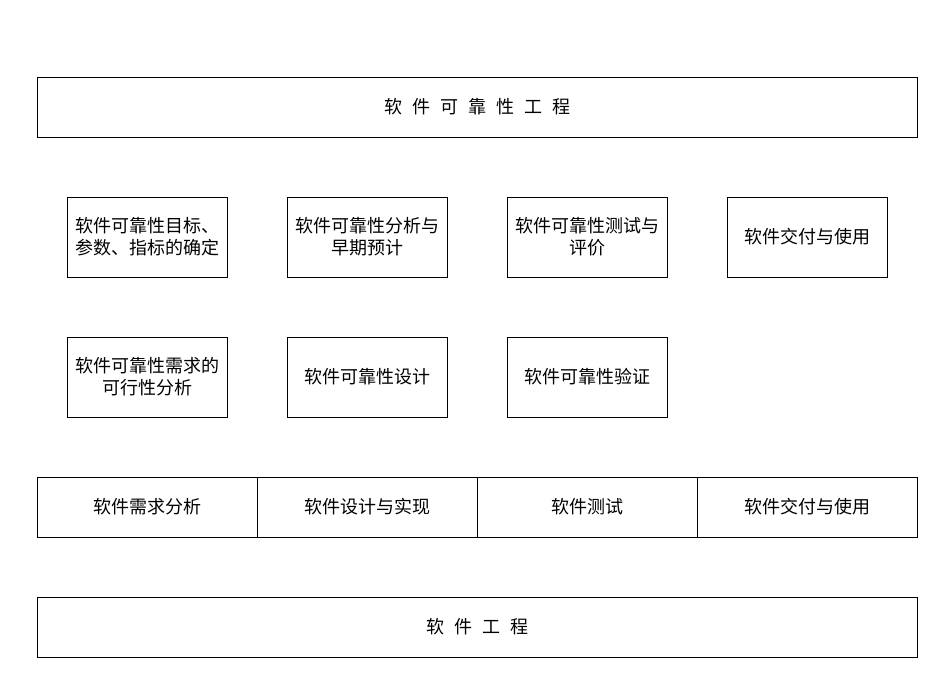
Before: drawio/l3.drawio in happinessandlove/Pic, a draw.io diagram. Source tidied: cells renumbered, new cells numbered last; positions are measured from the earlier drawing's top-left corner, leaving out a move shared by most shapes. Both pictures are drawn from the tidied source at 100%, with x=0, y=0 at pixel (37, 77).
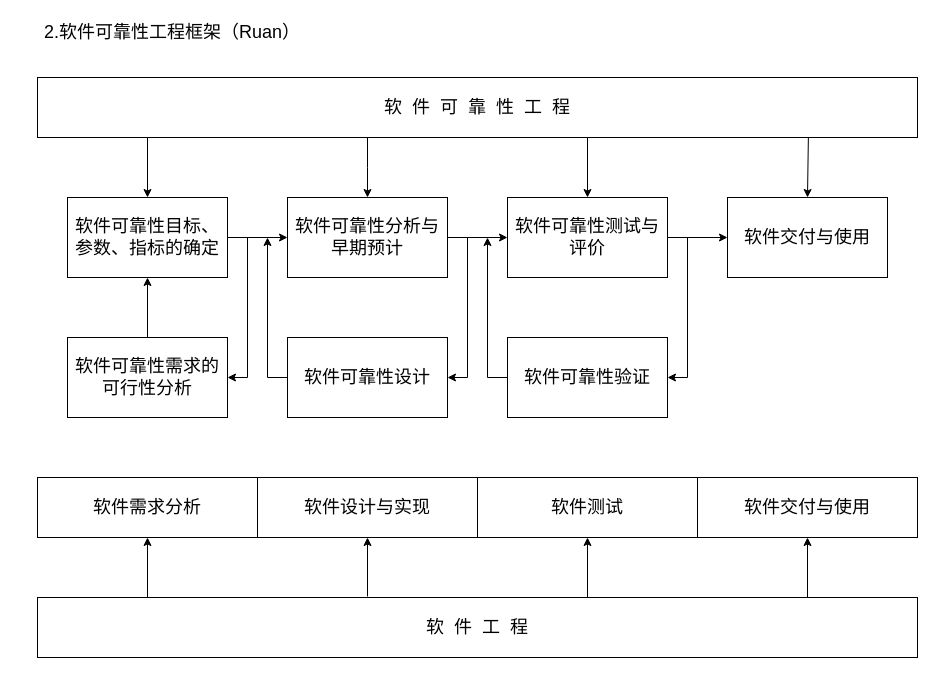
After the change.

Unchanged cells that the change refers to:
```xml
<mxCell id="2" value="软件可靠性目标、参数、指标的确定" style="rounded=0;whiteSpace=wrap;html=1;fontSize=18;" parent="1" vertex="1">
  <mxGeometry x="30" y="120" width="160" height="80" as="geometry" />
</mxCell>
<mxCell id="4" value="软件可靠性设计" style="rounded=0;whiteSpace=wrap;html=1;fontSize=18;" parent="1" vertex="1">
  <mxGeometry x="250" y="260" width="160" height="80" as="geometry" />
</mxCell>
<mxCell id="5" value="软件可靠性需求的可行性分析" style="rounded=0;whiteSpace=wrap;html=1;fontSize=18;" parent="1" vertex="1">
  <mxGeometry x="30" y="260" width="160" height="80" as="geometry" />
</mxCell>
<mxCell id="6" value="软件交付与使用" style="rounded=0;whiteSpace=wrap;html=1;fontSize=18;" parent="1" vertex="1">
  <mxGeometry x="690" y="120" width="160" height="80" as="geometry" />
</mxCell>
<mxCell id="7" value="软件可靠性测试与评价" style="rounded=0;whiteSpace=wrap;html=1;fontSize=18;" parent="1" vertex="1">
  <mxGeometry x="470" y="120" width="160" height="80" as="geometry" />
</mxCell>
<mxCell id="8" value="软件可靠性分析与早期预计" style="rounded=0;whiteSpace=wrap;html=1;fontSize=18;" parent="1" vertex="1">
  <mxGeometry x="250" y="120" width="160" height="80" as="geometry" />
</mxCell>
<mxCell id="9" value="软件需求分析" style="rounded=0;whiteSpace=wrap;html=1;fontSize=18;" parent="1" vertex="1">
  <mxGeometry y="400" width="220" height="60" as="geometry" />
</mxCell>
<mxCell id="10" value="软件交付与使用" style="rounded=0;whiteSpace=wrap;html=1;fontSize=18;" parent="1" vertex="1">
  <mxGeometry x="660" y="400" width="220" height="60" as="geometry" />
</mxCell>
<mxCell id="11" value="软件测试" style="rounded=0;whiteSpace=wrap;html=1;fontSize=18;" parent="1" vertex="1">
  <mxGeometry x="440" y="400" width="220" height="60" as="geometry" />
</mxCell>
<mxCell id="12" value="软件设计与实现" style="rounded=0;whiteSpace=wrap;html=1;fontSize=18;" parent="1" vertex="1">
  <mxGeometry x="220" y="400" width="220" height="60" as="geometry" />
</mxCell>
<mxCell id="13" value="软&amp;nbsp; 件&amp;nbsp; 工&amp;nbsp; 程" style="rounded=0;whiteSpace=wrap;html=1;fontSize=18;" parent="1" vertex="1">
  <mxGeometry y="520" width="880" height="60" as="geometry" />
</mxCell>
<mxCell id="14" value="软&amp;nbsp; 件&amp;nbsp; 可&amp;nbsp; 靠&amp;nbsp; 性&amp;nbsp; 工&amp;nbsp; 程" style="rounded=0;whiteSpace=wrap;html=1;fontSize=18;" parent="1" vertex="1">
  <mxGeometry width="880" height="60" as="geometry" />
</mxCell>
```

The edit, as a diff of the source:
```diff
@@
+    <mxCell id="15" style="edgeStyle=orthogonalEdgeStyle;rounded=0;jettySize=auto;html=1;fontSize=18;" parent="1" edge="1" source="5" target="2">
+      <mxGeometry relative="1" as="geometry" />
+    </mxCell>
@@
+    <mxCell id="16" style="edgeStyle=orthogonalEdgeStyle;rounded=0;jettySize=auto;html=1;fontSize=18;" parent="1" edge="1" source="7" target="6">
+      <mxGeometry relative="1" as="geometry" />
+    </mxCell>
@@
+    <mxCell id="17" style="endArrow=classic;html=1;rounded=0;fontSize=18;entryX=0.5;entryY=0;entryDx=0;entryDy=0;" parent="1" edge="1" target="2">
+      <mxGeometry relative="1" as="geometry">
+        <mxPoint x="110" y="60" as="sourcePoint" />
+      </mxGeometry>
+    </mxCell>
+    <mxCell id="18" style="endArrow=classic;html=1;rounded=0;fontSize=18;entryX=0.5;entryY=0;entryDx=0;entryDy=0;" parent="1" edge="1" target="8">
+      <mxGeometry relative="1" as="geometry">
+        <mxPoint x="330" y="60" as="sourcePoint" />
+        <Array as="points">
+          <mxPoint x="330" y="90" />
+        </Array>
+      </mxGeometry>
+    </mxCell>
+    <mxCell id="19" style="endArrow=classic;html=1;rounded=0;fontSize=18;entryX=0.5;entryY=0;entryDx=0;entryDy=0;" parent="1" edge="1" target="7">
+      <mxGeometry relative="1" as="geometry">
+        <mxPoint x="550" y="60" as="sourcePoint" />
+      </mxGeometry>
+    </mxCell>
+    <mxCell id="20" style="endArrow=classic;html=1;rounded=0;fontSize=18;entryX=0.5;entryY=0;entryDx=0;entryDy=0;exitX=0.876;exitY=1;exitDx=0;exitDy=0;exitPerimeter=0;" parent="1" edge="1" source="14" target="6">
+      <mxGeometry relative="1" as="geometry" />
+    </mxCell>
+    <mxCell id="21" style="endArrow=classic;html=1;rounded=0;fontSize=18;entryX=0;entryY=0.5;entryDx=0;entryDy=0;exitX=1;exitY=0.5;exitDx=0;exitDy=0;" parent="1" edge="1" source="2" target="8">
+      <mxGeometry relative="1" as="geometry" />
+    </mxCell>
+    <mxCell id="22" style="endArrow=classic;html=1;rounded=0;fontSize=18;entryX=0;entryY=0.5;entryDx=0;entryDy=0;exitX=1;exitY=0.5;exitDx=0;exitDy=0;" parent="1" edge="1" source="8" target="7">
+      <mxGeometry relative="1" as="geometry" />
+    </mxCell>
+    <mxCell id="23" style="endArrow=classic;html=1;rounded=0;fontSize=18;entryX=0.5;entryY=1;entryDx=0;entryDy=0;exitX=0.125;exitY=0;exitDx=0;exitDy=0;exitPerimeter=0;" parent="1" edge="1" source="13" target="9">
+      <mxGeometry relative="1" as="geometry" />
+    </mxCell>
+    <mxCell id="24" style="endArrow=classic;html=1;rounded=0;fontSize=18;entryX=0.5;entryY=1;entryDx=0;entryDy=0;exitX=0.375;exitY=-0.017;exitDx=0;exitDy=0;exitPerimeter=0;" parent="1" edge="1" source="13" target="12">
+      <mxGeometry relative="1" as="geometry" />
+    </mxCell>
+    <mxCell id="25" style="endArrow=classic;html=1;rounded=0;fontSize=18;entryX=0.5;entryY=1;entryDx=0;entryDy=0;" parent="1" edge="1" target="11">
+      <mxGeometry relative="1" as="geometry">
+        <mxPoint x="550" y="520" as="sourcePoint" />
+      </mxGeometry>
+    </mxCell>
+    <mxCell id="26" style="endArrow=classic;html=1;rounded=0;fontSize=18;entryX=0.5;entryY=1;entryDx=0;entryDy=0;exitX=0.875;exitY=0;exitDx=0;exitDy=0;exitPerimeter=0;" parent="1" edge="1" source="13" target="10">
+      <mxGeometry relative="1" as="geometry" />
+    </mxCell>
+    <mxCell id="27" style="edgeStyle=segmentEdgeStyle;endArrow=classic;html=1;rounded=0;fontSize=18;exitX=0;exitY=0.5;exitDx=0;exitDy=0;" parent="1" edge="1" source="4">
+      <mxGeometry relative="1" as="geometry">
+        <mxPoint x="230" y="160" as="targetPoint" />
+      </mxGeometry>
+    </mxCell>
+    <mxCell id="28" style="edgeStyle=segmentEdgeStyle;endArrow=classic;html=1;rounded=0;fontSize=18;entryX=1;entryY=0.5;entryDx=0;entryDy=0;" parent="1" edge="1">
+      <mxGeometry relative="1" as="geometry">
+        <mxPoint x="210" y="160" as="sourcePoint" />
+        <mxPoint x="190" y="300" as="targetPoint" />
+        <Array as="points">
+          <mxPoint x="210" y="300" />
+        </Array>
+      </mxGeometry>
+    </mxCell>
+    <mxCell id="29" style="edgeStyle=segmentEdgeStyle;endArrow=classic;html=1;rounded=0;fontSize=18;entryX=1;entryY=0.5;entryDx=0;entryDy=0;" parent="1" edge="1">
+      <mxGeometry relative="1" as="geometry">
+        <mxPoint x="430" y="160" as="sourcePoint" />
+        <mxPoint x="410" y="300" as="targetPoint" />
+        <Array as="points">
+          <mxPoint x="430" y="300" />
+        </Array>
+      </mxGeometry>
+    </mxCell>
+    <mxCell id="30" style="edgeStyle=segmentEdgeStyle;endArrow=classic;html=1;rounded=0;fontSize=18;exitX=0;exitY=0.5;exitDx=0;exitDy=0;" parent="1" edge="1">
+      <mxGeometry relative="1" as="geometry">
+        <mxPoint x="470" y="300" as="sourcePoint" />
+        <mxPoint x="450" y="160" as="targetPoint" />
+      </mxGeometry>
+    </mxCell>
+    <mxCell id="31" style="edgeStyle=segmentEdgeStyle;endArrow=classic;html=1;rounded=0;fontSize=18;entryX=1;entryY=0.5;entryDx=0;entryDy=0;" parent="1" edge="1">
+      <mxGeometry relative="1" as="geometry">
+        <mxPoint x="650" y="160" as="sourcePoint" />
+        <mxPoint x="630" y="300" as="targetPoint" />
+        <Array as="points">
+          <mxPoint x="650" y="300" />
+        </Array>
+      </mxGeometry>
+    </mxCell>
+    <mxCell id="32" value="2.软件可靠性工程框架（Ruan）" style="text;html=1;strokeColor=none;fillColor=none;align=center;verticalAlign=middle;whiteSpace=wrap;rounded=0;fontSize=18;" parent="1" vertex="1">
+      <mxGeometry x="-20" y="-60" width="310" height="30" as="geometry" />
+    </mxCell>
```
